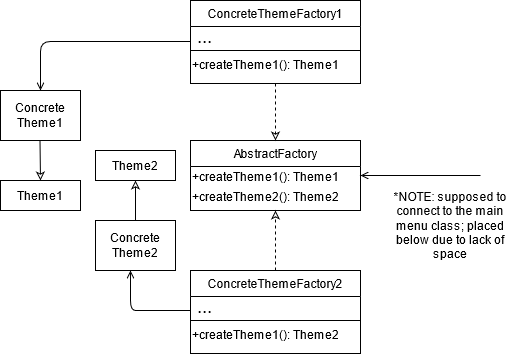
Earlier version of the draw.io export PA4/Diagrams/UML3.png (jeremiahbaclig/Software-Engineering). Source tidied: cells renumbered, new cells last; positions are measured from the earlier drawing's top-left corner, leaving out a move shared by most shapes. The source it was exported from:
```xml
<mxGraphModel>
  <root>
    <mxCell id="0" />
    <mxCell id="1" parent="0" />
    <mxCell id="2" value="AbstractFactory" style="swimlane;fontStyle=0;align=center;verticalAlign=top;horizontal=1;startSize=26;rounded=0;shadow=0;strokeWidth=1;" parent="1" vertex="1">
      <mxGeometry x="190" y="140" width="170" height="70" as="geometry" />
    </mxCell>
    <mxCell id="3" value="+createTheme1(): Theme1" style="text;html=1;align=left;verticalAlign=middle;" parent="2" vertex="1">
      <mxGeometry y="26" width="170" height="20" as="geometry" />
    </mxCell>
    <mxCell id="4" value="+createTheme2(): Theme2" style="text;html=1;align=left;verticalAlign=middle;" parent="2" vertex="1">
      <mxGeometry y="46" width="170" height="20" as="geometry" />
    </mxCell>
    <mxCell id="5" style="endArrow=open;html=1;entryX=1;entryY=0.5;entryDx=0;entryDy=0;endFill=0;" parent="1" edge="1" target="2">
      <mxGeometry relative="1" as="geometry">
        <mxPoint x="480" y="175" as="sourcePoint" />
      </mxGeometry>
    </mxCell>
    <mxCell id="6" style="endArrow=classic;html=1;dashed=1;endFill=0;entryX=0.5;entryY=0;entryDx=0;entryDy=0;exitX=0.5;exitY=1;exitDx=0;exitDy=0;" parent="1" edge="1" source="8" target="2">
      <mxGeometry relative="1" as="geometry" />
    </mxCell>
    <mxCell id="7" style="endArrow=classic;html=1;dashed=1;endFill=0;entryX=0.5;entryY=1;entryDx=0;entryDy=0;" parent="1" edge="1" target="2">
      <mxGeometry relative="1" as="geometry">
        <mxPoint x="275" y="270" as="sourcePoint" />
      </mxGeometry>
    </mxCell>
    <mxCell id="8" value="ConcreteThemeFactory1" style="swimlane;fontStyle=0;align=center;verticalAlign=top;horizontal=1;startSize=26;rounded=0;shadow=0;strokeWidth=1;" parent="1" vertex="1">
      <mxGeometry x="190" width="170" height="83" as="geometry" />
    </mxCell>
    <mxCell id="9" value="&lt;font style=&quot;font-size: 18px&quot;&gt;&amp;nbsp;...&lt;/font&gt;" style="text;html=1;align=left;verticalAlign=middle;" parent="8" vertex="1">
      <mxGeometry y="26" width="170" height="20" as="geometry" />
    </mxCell>
    <mxCell id="10" style="line;html=1;strokeWidth=1;align=left;verticalAlign=middle;spacingTop=-1;spacingLeft=3;spacingRight=3;labelPosition=right;" parent="8" vertex="1">
      <mxGeometry y="46" width="170" height="8" as="geometry" />
    </mxCell>
    <mxCell id="11" value="&lt;div align=&quot;left&quot;&gt;+createTheme1(): Theme1&lt;br&gt;&lt;/div&gt;" style="text;html=1;align=left;verticalAlign=middle;" parent="8" vertex="1">
      <mxGeometry y="54" width="170" height="20" as="geometry" />
    </mxCell>
    <mxCell id="12" value="ConcreteThemeFactory2" style="swimlane;fontStyle=0;align=center;verticalAlign=top;horizontal=1;startSize=26;rounded=0;shadow=0;strokeWidth=1;" parent="1" vertex="1">
      <mxGeometry x="190" y="270" width="170" height="83" as="geometry" />
    </mxCell>
    <mxCell id="13" value="&lt;font style=&quot;font-size: 18px&quot;&gt;&amp;nbsp;...&lt;/font&gt;" style="text;html=1;align=left;verticalAlign=middle;" parent="12" vertex="1">
      <mxGeometry y="26" width="170" height="20" as="geometry" />
    </mxCell>
    <mxCell id="14" style="line;html=1;strokeWidth=1;align=left;verticalAlign=middle;spacingTop=-1;spacingLeft=3;spacingRight=3;labelPosition=right;" parent="12" vertex="1">
      <mxGeometry y="46" width="170" height="8" as="geometry" />
    </mxCell>
    <mxCell id="15" value="&lt;div align=&quot;left&quot;&gt;+createTheme1(): Theme2&lt;/div&gt;" style="text;html=1;align=left;verticalAlign=middle;" parent="12" vertex="1">
      <mxGeometry y="54" width="170" height="20" as="geometry" />
    </mxCell>
    <mxCell id="16" style="endArrow=open;html=1;endFill=0;" parent="1" edge="1">
      <mxGeometry relative="1" as="geometry">
        <mxPoint x="190" y="41" as="sourcePoint" />
        <mxPoint x="40" y="90" as="targetPoint" />
        <Array as="points">
          <mxPoint x="150" y="41" />
          <mxPoint x="90" y="41" />
          <mxPoint x="40" y="41" />
        </Array>
      </mxGeometry>
    </mxCell>
    <mxCell id="17" value="Concrete Theme1" style="rounded=0;whiteSpace=wrap;html=1;" parent="1" vertex="1">
      <mxGeometry y="90" width="80" height="50" as="geometry" />
    </mxCell>
    <mxCell id="18" style="endArrow=classic;html=1;endFill=0;exitX=0.5;exitY=1;exitDx=0;exitDy=0;" parent="1" edge="1">
      <mxGeometry relative="1" as="geometry">
        <mxPoint x="39.5" y="140" as="sourcePoint" />
        <mxPoint x="40" y="180" as="targetPoint" />
      </mxGeometry>
    </mxCell>
    <mxCell id="19" value="Theme1" style="rounded=0;whiteSpace=wrap;html=1;" parent="1" vertex="1">
      <mxGeometry y="180" width="80" height="30" as="geometry" />
    </mxCell>
    <mxCell id="20" style="endArrow=open;html=1;endFill=0;" parent="1" edge="1">
      <mxGeometry relative="1" as="geometry">
        <mxPoint x="190" y="310" as="sourcePoint" />
        <mxPoint x="130" y="270" as="targetPoint" />
        <Array as="points">
          <mxPoint x="150" y="310" />
          <mxPoint x="130" y="310" />
        </Array>
      </mxGeometry>
    </mxCell>
    <mxCell id="21" value="Concrete Theme2" style="rounded=0;whiteSpace=wrap;html=1;" parent="1" vertex="1">
      <mxGeometry x="95" y="220" width="80" height="50" as="geometry" />
    </mxCell>
    <mxCell id="22" style="endArrow=classic;html=1;endFill=0;exitX=0.5;exitY=0;exitDx=0;exitDy=0;" parent="1" edge="1" source="21">
      <mxGeometry relative="1" as="geometry">
        <mxPoint x="135" y="180" as="targetPoint" />
      </mxGeometry>
    </mxCell>
    <mxCell id="23" value="Theme2" style="rounded=0;whiteSpace=wrap;html=1;" parent="1" vertex="1">
      <mxGeometry x="95" y="150" width="80" height="30" as="geometry" />
    </mxCell>
    <mxCell id="24" value="*NOTE: supposed to connect to the main menu class; placed below due to lack of space" style="text;html=1;strokeColor=none;fillColor=none;align=center;verticalAlign=middle;whiteSpace=wrap;rounded=0;" parent="1" vertex="1">
      <mxGeometry x="390" y="170" width="120" height="110" as="geometry" />
    </mxCell>
  </root>
</mxGraphModel>
```
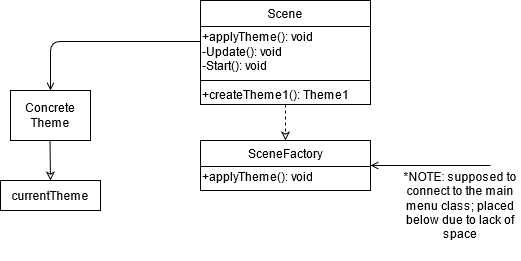
Above is the later version.

Commit message:
edited UML based on theme abstract factory pattern

The edit, as a diff of the source:
```diff
@@ -2,52 +2,32 @@
   <root>
     <mxCell id="0" />
     <mxCell id="1" parent="0" />
-    <mxCell id="2" value="AbstractFactory" style="swimlane;fontStyle=0;align=center;verticalAlign=top;horizontal=1;startSize=26;rounded=0;shadow=0;strokeWidth=1;" parent="1" vertex="1">
-      <mxGeometry x="190" y="140" width="170" height="70" as="geometry" />
+    <mxCell id="2" value="SceneFactory" style="swimlane;fontStyle=0;align=center;verticalAlign=top;horizontal=1;startSize=26;rounded=0;shadow=0;strokeWidth=1;" parent="1" vertex="1">
+      <mxGeometry x="190" y="140" width="170" height="50" as="geometry" />
     </mxCell>
-    <mxCell id="3" value="+createTheme1(): Theme1" style="text;html=1;align=left;verticalAlign=middle;" parent="2" vertex="1">
+    <mxCell id="3" value="+applyTheme(): void" style="text;html=1;align=left;verticalAlign=middle;" parent="2" vertex="1">
       <mxGeometry y="26" width="170" height="20" as="geometry" />
     </mxCell>
-    <mxCell id="4" value="+createTheme2(): Theme2" style="text;html=1;align=left;verticalAlign=middle;" parent="2" vertex="1">
-      <mxGeometry y="46" width="170" height="20" as="geometry" />
-    </mxCell>
     <mxCell id="5" style="endArrow=open;html=1;entryX=1;entryY=0.5;entryDx=0;entryDy=0;endFill=0;" parent="1" edge="1" target="2">
       <mxGeometry relative="1" as="geometry">
-        <mxPoint x="480" y="175" as="sourcePoint" />
+        <mxPoint x="480" y="165" as="sourcePoint" />
       </mxGeometry>
     </mxCell>
     <mxCell id="6" style="endArrow=classic;html=1;dashed=1;endFill=0;entryX=0.5;entryY=0;entryDx=0;entryDy=0;exitX=0.5;exitY=1;exitDx=0;exitDy=0;" parent="1" edge="1" source="8" target="2">
       <mxGeometry relative="1" as="geometry" />
     </mxCell>
-    <mxCell id="7" style="endArrow=classic;html=1;dashed=1;endFill=0;entryX=0.5;entryY=1;entryDx=0;entryDy=0;" parent="1" edge="1" target="2">
-      <mxGeometry relative="1" as="geometry">
-        <mxPoint x="275" y="270" as="sourcePoint" />
-      </mxGeometry>
-    </mxCell>
-    <mxCell id="8" value="ConcreteThemeFactory1" style="swimlane;fontStyle=0;align=center;verticalAlign=top;horizontal=1;startSize=26;rounded=0;shadow=0;strokeWidth=1;" parent="1" vertex="1">
-      <mxGeometry x="190" width="170" height="83" as="geometry" />
+    <mxCell id="8" value="Scene" style="swimlane;fontStyle=0;align=center;verticalAlign=top;horizontal=1;startSize=26;rounded=0;shadow=0;strokeWidth=1;" parent="1" vertex="1">
+      <mxGeometry x="190" width="170" height="104" as="geometry" />
     </mxCell>
-    <mxCell id="9" value="&lt;font style=&quot;font-size: 18px&quot;&gt;&amp;nbsp;...&lt;/font&gt;" style="text;html=1;align=left;verticalAlign=middle;" parent="8" vertex="1">
-      <mxGeometry y="26" width="170" height="20" as="geometry" />
+    <mxCell id="9" value="&lt;div&gt;+applyTheme(): void&lt;/div&gt;&lt;div&gt;-Update(): void&lt;/div&gt;&lt;div&gt;-Start(): void&lt;br&gt;&lt;/div&gt;" style="text;html=1;align=left;verticalAlign=middle;" parent="8" vertex="1">
+      <mxGeometry y="26" width="170" height="50" as="geometry" />
     </mxCell>
     <mxCell id="10" style="line;html=1;strokeWidth=1;align=left;verticalAlign=middle;spacingTop=-1;spacingLeft=3;spacingRight=3;labelPosition=right;" parent="8" vertex="1">
-      <mxGeometry y="46" width="170" height="8" as="geometry" />
+      <mxGeometry y="76" width="170" height="8" as="geometry" />
     </mxCell>
     <mxCell id="11" value="&lt;div align=&quot;left&quot;&gt;+createTheme1(): Theme1&lt;br&gt;&lt;/div&gt;" style="text;html=1;align=left;verticalAlign=middle;" parent="8" vertex="1">
-      <mxGeometry y="54" width="170" height="20" as="geometry" />
+      <mxGeometry y="84" width="170" height="20" as="geometry" />
     </mxCell>
-    <mxCell id="12" value="ConcreteThemeFactory2" style="swimlane;fontStyle=0;align=center;verticalAlign=top;horizontal=1;startSize=26;rounded=0;shadow=0;strokeWidth=1;" parent="1" vertex="1">
-      <mxGeometry x="190" y="270" width="170" height="83" as="geometry" />
-    </mxCell>
-    <mxCell id="13" value="&lt;font style=&quot;font-size: 18px&quot;&gt;&amp;nbsp;...&lt;/font&gt;" style="text;html=1;align=left;verticalAlign=middle;" parent="12" vertex="1">
-      <mxGeometry y="26" width="170" height="20" as="geometry" />
-    </mxCell>
-    <mxCell id="14" style="line;html=1;strokeWidth=1;align=left;verticalAlign=middle;spacingTop=-1;spacingLeft=3;spacingRight=3;labelPosition=right;" parent="12" vertex="1">
-      <mxGeometry y="46" width="170" height="8" as="geometry" />
-    </mxCell>
-    <mxCell id="15" value="&lt;div align=&quot;left&quot;&gt;+createTheme1(): Theme2&lt;/div&gt;" style="text;html=1;align=left;verticalAlign=middle;" parent="12" vertex="1">
-      <mxGeometry y="54" width="170" height="20" as="geometry" />
-    </mxCell>
     <mxCell id="16" style="endArrow=open;html=1;endFill=0;" parent="1" edge="1">
       <mxGeometry relative="1" as="geometry">
         <mxPoint x="190" y="41" as="sourcePoint" />
@@ -59,7 +39,7 @@
         </Array>
       </mxGeometry>
     </mxCell>
-    <mxCell id="17" value="Concrete Theme1" style="rounded=0;whiteSpace=wrap;html=1;" parent="1" vertex="1">
+    <mxCell id="17" value="Concrete Theme" style="rounded=0;whiteSpace=wrap;html=1;" parent="1" vertex="1">
       <mxGeometry y="90" width="80" height="50" as="geometry" />
     </mxCell>
     <mxCell id="18" style="endArrow=classic;html=1;endFill=0;exitX=0.5;exitY=1;exitDx=0;exitDy=0;" parent="1" edge="1">
@@ -68,32 +48,11 @@
         <mxPoint x="40" y="180" as="targetPoint" />
       </mxGeometry>
     </mxCell>
-    <mxCell id="19" value="Theme1" style="rounded=0;whiteSpace=wrap;html=1;" parent="1" vertex="1">
-      <mxGeometry y="180" width="80" height="30" as="geometry" />
+    <mxCell id="19" value="currentTheme" style="rounded=0;whiteSpace=wrap;html=1;" parent="1" vertex="1">
+      <mxGeometry x="-10" y="180" width="100" height="30" as="geometry" />
     </mxCell>
-    <mxCell id="20" style="endArrow=open;html=1;endFill=0;" parent="1" edge="1">
-      <mxGeometry relative="1" as="geometry">
-        <mxPoint x="190" y="310" as="sourcePoint" />
-        <mxPoint x="130" y="270" as="targetPoint" />
-        <Array as="points">
-          <mxPoint x="150" y="310" />
-          <mxPoint x="130" y="310" />
-        </Array>
-      </mxGeometry>
-    </mxCell>
-    <mxCell id="21" value="Concrete Theme2" style="rounded=0;whiteSpace=wrap;html=1;" parent="1" vertex="1">
-      <mxGeometry x="95" y="220" width="80" height="50" as="geometry" />
-    </mxCell>
-    <mxCell id="22" style="endArrow=classic;html=1;endFill=0;exitX=0.5;exitY=0;exitDx=0;exitDy=0;" parent="1" edge="1" source="21">
-      <mxGeometry relative="1" as="geometry">
-        <mxPoint x="135" y="180" as="targetPoint" />
-      </mxGeometry>
-    </mxCell>
-    <mxCell id="23" value="Theme2" style="rounded=0;whiteSpace=wrap;html=1;" parent="1" vertex="1">
-      <mxGeometry x="95" y="150" width="80" height="30" as="geometry" />
-    </mxCell>
     <mxCell id="24" value="*NOTE: supposed to connect to the main menu class; placed below due to lack of space" style="text;html=1;strokeColor=none;fillColor=none;align=center;verticalAlign=middle;whiteSpace=wrap;rounded=0;" parent="1" vertex="1">
-      <mxGeometry x="390" y="170" width="120" height="110" as="geometry" />
+      <mxGeometry x="390" y="150" width="120" height="110" as="geometry" />
     </mxCell>
   </root>
 </mxGraphModel>
```
